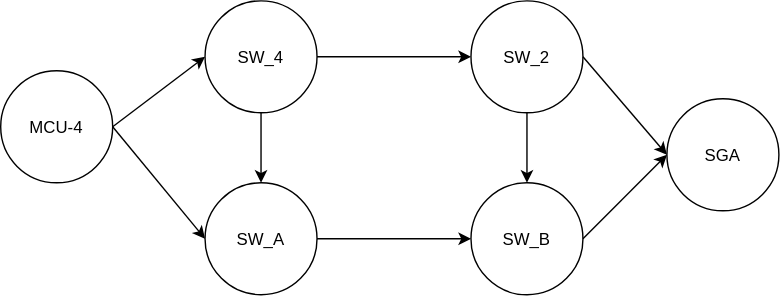
Fre-Ar/RSIS keeps this draw.io diagram as Figs/CB-dualhome.svg. Above is the earlier version. Source tidied: cells renumbered, new cells last; positions are measured from the earlier drawing's top-left corner, leaving out a move shared by most shapes. Source of this version:
```xml
<mxGraphModel>
  <root>
    <mxCell id="0" />
    <mxCell id="1" parent="0" />
    <mxCell id="2" value="MCU-4" style="ellipse;whiteSpace=wrap;html=1;shapeInside=1;" parent="1" vertex="1">
      <mxGeometry y="50" width="80" height="80" as="geometry" />
    </mxCell>
    <mxCell id="3" value="SW_4" style="ellipse;whiteSpace=wrap;html=1;shapeInside=1;" parent="1" vertex="1">
      <mxGeometry x="146" width="80" height="80" as="geometry" />
    </mxCell>
    <mxCell id="4" value="SW_2" style="ellipse;whiteSpace=wrap;html=1;shapeInside=1;" parent="1" vertex="1">
      <mxGeometry x="336" width="80" height="80" as="geometry" />
    </mxCell>
    <mxCell id="5" value="SW_B" style="ellipse;whiteSpace=wrap;html=1;shapeInside=1;" parent="1" vertex="1">
      <mxGeometry x="336" y="130" width="80" height="80" as="geometry" />
    </mxCell>
    <mxCell id="6" value="SGA" style="ellipse;whiteSpace=wrap;html=1;shapeInside=1;" parent="1" vertex="1">
      <mxGeometry x="476" y="70" width="80" height="80" as="geometry" />
    </mxCell>
    <mxCell id="7" style="endArrow=classic;html=1;rounded=0;defaultLabelBackgroundColor=page;labelPadding=0 4;exitX=1;exitY=0.5;exitDx=0;exitDy=0;entryX=0;entryY=0.5;entryDx=0;entryDy=0;" parent="1" edge="1" source="2" target="3">
      <mxGeometry relative="1" as="geometry" />
    </mxCell>
    <mxCell id="8" style="endArrow=classic;html=1;rounded=0;defaultLabelBackgroundColor=page;labelPadding=0 4;exitX=1;exitY=0.5;exitDx=0;exitDy=0;entryX=0;entryY=0.5;entryDx=0;entryDy=0;" parent="1" edge="1" source="3" target="4">
      <mxGeometry relative="1" as="geometry" />
    </mxCell>
    <mxCell id="9" style="endArrow=classic;html=1;rounded=0;defaultLabelBackgroundColor=page;labelPadding=0 4;exitX=1;exitY=0.5;exitDx=0;exitDy=0;entryX=0;entryY=0.5;entryDx=0;entryDy=0;" parent="1" edge="1" source="4" target="6">
      <mxGeometry relative="1" as="geometry" />
    </mxCell>
    <mxCell id="10" style="endArrow=classic;html=1;rounded=0;defaultLabelBackgroundColor=page;labelPadding=0 4;exitX=1;exitY=0.5;exitDx=0;exitDy=0;entryX=0;entryY=0.5;entryDx=0;entryDy=0;" parent="1" edge="1" source="5" target="6">
      <mxGeometry relative="1" as="geometry" />
    </mxCell>
    <mxCell id="11" style="endArrow=classic;html=1;rounded=0;defaultLabelBackgroundColor=page;labelPadding=0 4;exitX=0.5;exitY=1;exitDx=0;exitDy=0;entryX=0.5;entryY=0;entryDx=0;entryDy=0;" parent="1" edge="1" source="3" target="12">
      <mxGeometry relative="1" as="geometry" />
    </mxCell>
    <mxCell id="12" value="SW_A" style="ellipse;whiteSpace=wrap;html=1;shapeInside=1;" parent="1" vertex="1">
      <mxGeometry x="146" y="130" width="80" height="80" as="geometry" />
    </mxCell>
    <mxCell id="13" style="endArrow=classic;html=1;rounded=0;defaultLabelBackgroundColor=page;labelPadding=0 4;exitX=1;exitY=0.5;exitDx=0;exitDy=0;entryX=0;entryY=0.5;entryDx=0;entryDy=0;" parent="1" edge="1" source="2" target="12">
      <mxGeometry relative="1" as="geometry" />
    </mxCell>
    <mxCell id="14" style="endArrow=classic;html=1;rounded=0;defaultLabelBackgroundColor=page;labelPadding=0 4;exitX=1;exitY=0.5;exitDx=0;exitDy=0;entryX=0;entryY=0.5;entryDx=0;entryDy=0;" parent="1" edge="1" source="12" target="5">
      <mxGeometry relative="1" as="geometry" />
    </mxCell>
    <mxCell id="15" style="endArrow=classic;html=1;rounded=0;defaultLabelBackgroundColor=page;labelPadding=0 4;exitX=0.5;exitY=1;exitDx=0;exitDy=0;entryX=0.5;entryY=0;entryDx=0;entryDy=0;" parent="1" edge="1" source="4" target="5">
      <mxGeometry relative="1" as="geometry" />
    </mxCell>
  </root>
</mxGraphModel>
```
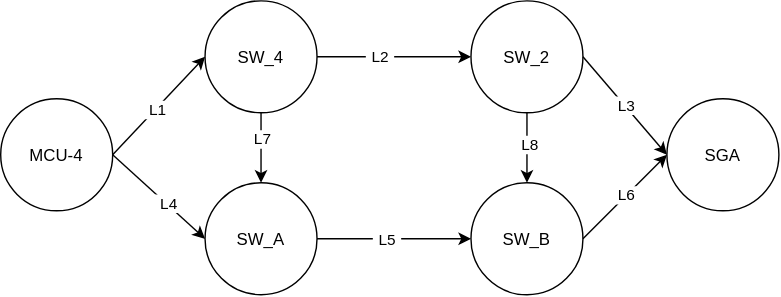
After the change.

The edit, as a diff of the source:
```diff
@@ -3,7 +3,7 @@
     <mxCell id="0" />
     <mxCell id="1" parent="0" />
     <mxCell id="2" value="MCU-4" style="ellipse;whiteSpace=wrap;html=1;shapeInside=1;" parent="1" vertex="1">
-      <mxGeometry y="50" width="80" height="80" as="geometry" />
+      <mxGeometry y="70" width="80" height="80" as="geometry" />
     </mxCell>
     <mxCell id="3" value="SW_4" style="ellipse;whiteSpace=wrap;html=1;shapeInside=1;" parent="1" vertex="1">
       <mxGeometry x="146" width="80" height="80" as="geometry" />
@@ -20,29 +20,53 @@
     <mxCell id="7" style="endArrow=classic;html=1;rounded=0;defaultLabelBackgroundColor=page;labelPadding=0 4;exitX=1;exitY=0.5;exitDx=0;exitDy=0;entryX=0;entryY=0.5;entryDx=0;entryDy=0;" parent="1" edge="1" source="2" target="3">
       <mxGeometry relative="1" as="geometry" />
     </mxCell>
+    <mxCell id="16" value="L1" style="edgeLabel;html=1;align=center;verticalAlign=middle;inheritText=1;defaultLabelBackgroundColor=page;labelPadding=0 4;" parent="7" vertex="1">
+      <mxGeometry x="-0.05" y="-1" relative="1" as="geometry" />
+    </mxCell>
     <mxCell id="8" style="endArrow=classic;html=1;rounded=0;defaultLabelBackgroundColor=page;labelPadding=0 4;exitX=1;exitY=0.5;exitDx=0;exitDy=0;entryX=0;entryY=0.5;entryDx=0;entryDy=0;" parent="1" edge="1" source="3" target="4">
       <mxGeometry relative="1" as="geometry" />
     </mxCell>
+    <mxCell id="17" value="L2" style="edgeLabel;html=1;align=center;verticalAlign=middle;inheritText=1;defaultLabelBackgroundColor=page;labelPadding=0 4;" parent="8" vertex="1">
+      <mxGeometry x="-0.2" y="1" relative="1" as="geometry" />
+    </mxCell>
     <mxCell id="9" style="endArrow=classic;html=1;rounded=0;defaultLabelBackgroundColor=page;labelPadding=0 4;exitX=1;exitY=0.5;exitDx=0;exitDy=0;entryX=0;entryY=0.5;entryDx=0;entryDy=0;" parent="1" edge="1" source="4" target="6">
       <mxGeometry relative="1" as="geometry" />
     </mxCell>
+    <mxCell id="18" value="L3" style="edgeLabel;html=1;align=center;verticalAlign=middle;inheritText=1;defaultLabelBackgroundColor=page;labelPadding=0 4;" parent="9" vertex="1">
+      <mxGeometry y="1" relative="1" as="geometry" />
+    </mxCell>
     <mxCell id="10" style="endArrow=classic;html=1;rounded=0;defaultLabelBackgroundColor=page;labelPadding=0 4;exitX=1;exitY=0.5;exitDx=0;exitDy=0;entryX=0;entryY=0.5;entryDx=0;entryDy=0;" parent="1" edge="1" source="5" target="6">
       <mxGeometry relative="1" as="geometry" />
     </mxCell>
+    <mxCell id="19" value="L6" style="edgeLabel;html=1;align=center;verticalAlign=middle;inheritText=1;defaultLabelBackgroundColor=page;labelPadding=0 4;" parent="10" vertex="1">
+      <mxGeometry x="0.04" y="1" relative="1" as="geometry" />
+    </mxCell>
     <mxCell id="11" style="endArrow=classic;html=1;rounded=0;defaultLabelBackgroundColor=page;labelPadding=0 4;exitX=0.5;exitY=1;exitDx=0;exitDy=0;entryX=0.5;entryY=0;entryDx=0;entryDy=0;" parent="1" edge="1" source="3" target="12">
       <mxGeometry relative="1" as="geometry" />
     </mxCell>
+    <mxCell id="20" value="L7" style="edgeLabel;html=1;align=center;verticalAlign=middle;inheritText=1;defaultLabelBackgroundColor=page;labelPadding=0 4;" parent="11" vertex="1">
+      <mxGeometry x="-0.28" relative="1" as="geometry" />
+    </mxCell>
     <mxCell id="12" value="SW_A" style="ellipse;whiteSpace=wrap;html=1;shapeInside=1;" parent="1" vertex="1">
       <mxGeometry x="146" y="130" width="80" height="80" as="geometry" />
     </mxCell>
     <mxCell id="13" style="endArrow=classic;html=1;rounded=0;defaultLabelBackgroundColor=page;labelPadding=0 4;exitX=1;exitY=0.5;exitDx=0;exitDy=0;entryX=0;entryY=0.5;entryDx=0;entryDy=0;" parent="1" edge="1" source="2" target="12">
       <mxGeometry relative="1" as="geometry" />
     </mxCell>
+    <mxCell id="21" value="L4" style="edgeLabel;html=1;align=center;verticalAlign=middle;inheritText=1;defaultLabelBackgroundColor=page;labelPadding=0 4;" parent="13" vertex="1">
+      <mxGeometry x="0.19" y="1" relative="1" as="geometry" />
+    </mxCell>
     <mxCell id="14" style="endArrow=classic;html=1;rounded=0;defaultLabelBackgroundColor=page;labelPadding=0 4;exitX=1;exitY=0.5;exitDx=0;exitDy=0;entryX=0;entryY=0.5;entryDx=0;entryDy=0;" parent="1" edge="1" source="12" target="5">
       <mxGeometry relative="1" as="geometry" />
     </mxCell>
+    <mxCell id="22" value="L5" style="edgeLabel;html=1;align=center;verticalAlign=middle;inheritText=1;defaultLabelBackgroundColor=page;labelPadding=0 4;" parent="14" vertex="1">
+      <mxGeometry x="-0.11" relative="1" as="geometry" />
+    </mxCell>
     <mxCell id="15" style="endArrow=classic;html=1;rounded=0;defaultLabelBackgroundColor=page;labelPadding=0 4;exitX=0.5;exitY=1;exitDx=0;exitDy=0;entryX=0.5;entryY=0;entryDx=0;entryDy=0;" parent="1" edge="1" source="4" target="5">
       <mxGeometry relative="1" as="geometry" />
     </mxCell>
+    <mxCell id="23" value="L8" style="edgeLabel;html=1;align=center;verticalAlign=middle;inheritText=1;defaultLabelBackgroundColor=page;labelPadding=0 4;" parent="15" vertex="1">
+      <mxGeometry x="-0.11" y="1" relative="1" as="geometry" />
+    </mxCell>
   </root>
 </mxGraphModel>
```
